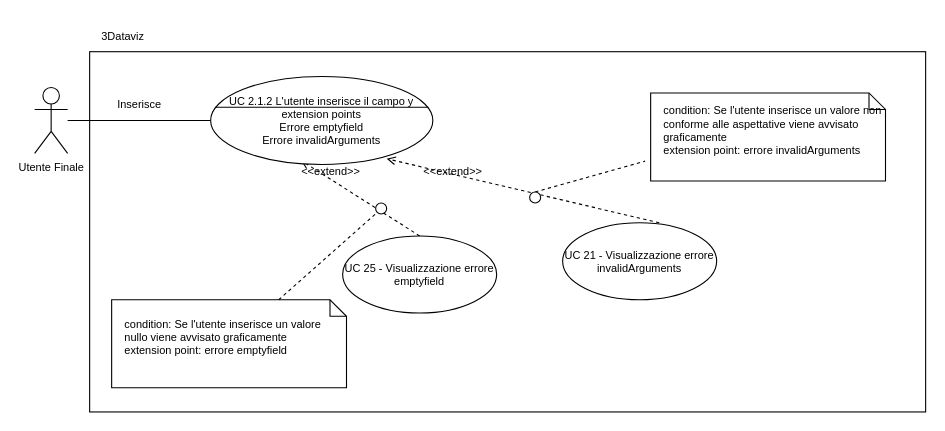
Earlier version of the draw.io diagram page "UC 2.1.2" (6 of 39) of img/adr/UC.drawio (Archi7echs-Team/archi7echs-team.github.io). Source tidied: cells renumbered, new cells numbered last; positions are measured from the earlier drawing's top-left corner, leaving out a move shared by most shapes. Both pictures are drawn from the tidied source at 110%, with x=0, y=0 at pixel (34, 18).
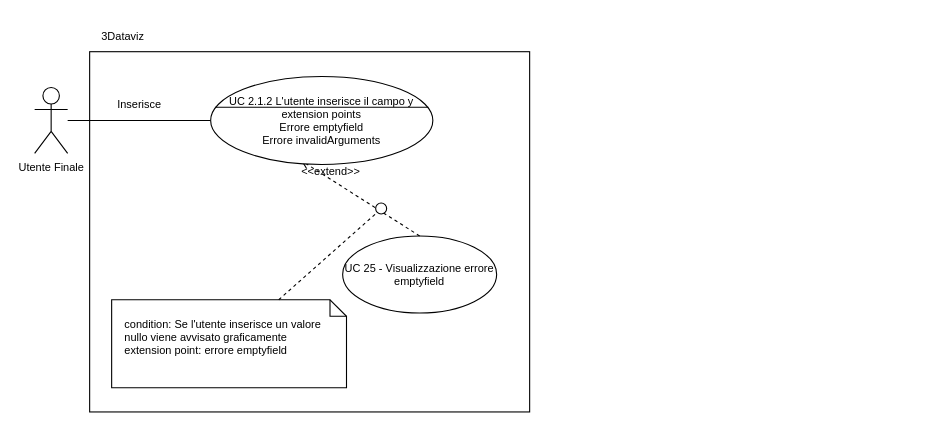
The same diagram, later.

The edit, as a diff of the source:
```diff
@@
     <mxCell id="2" style="rounded=0;whiteSpace=wrap;html=1;fontSize=10;" parent="1" vertex="1">
-      <mxGeometry x="50" y="30.5" width="760" height="327.5" as="geometry" />
+      <mxGeometry x="50" y="30.5" width="400" height="327.5" as="geometry" />
     </mxCell>
@@
-    <mxCell id="12" value="UC 21 - Visualizzazione errore invalidArguments" style="ellipse;whiteSpace=wrap;html=1;fontSize=10;" parent="1" vertex="1">
-      <mxGeometry x="480" y="186" width="140" height="70" as="geometry" />
-    </mxCell>
-    <mxCell id="13" value="&amp;lt;&amp;lt;extend&amp;gt;&amp;gt;" style="html=1;verticalAlign=bottom;labelBackgroundColor=none;endArrow=open;endFill=0;dashed=1;rounded=0;entryX=0.704;entryY=0.935;entryDx=0;entryDy=0;entryPerimeter=0;fontSize=10;exitX=0.5;exitY=0;exitDx=0;exitDy=0;" parent="1" edge="1">
-      <mxGeometry x="0.5" y="6" relative="1" as="geometry">
-        <mxPoint x="567.8" y="186" as="sourcePoint" />
-        <mxPoint x="320" y="127.8" as="targetPoint" />
-      </mxGeometry>
-    </mxCell>
-    <mxCell id="14" value="&lt;font&gt;condition: Se l'utente inserisce un valore non conforme alle aspettative viene avvisato graficamente&lt;/font&gt;&lt;div&gt;&lt;font&gt;extension point: errore&amp;nbsp;&lt;span style=&quot;text-align: center;&quot;&gt;invalidArguments&lt;/span&gt;&lt;br&gt;&lt;/font&gt;&lt;div&gt;&lt;br&gt;&lt;/div&gt;&lt;/div&gt;" style="shape=note;size=15;align=left;spacingLeft=10;html=1;whiteSpace=wrap;fontSize=10;" parent="1" vertex="1">
-      <mxGeometry x="560" y="68" width="213.5" height="80" as="geometry" />
-    </mxCell>
-    <mxCell id="15" style="endArrow=none;dashed=1;html=1;rounded=0;fontSize=10;exitX=0.5;exitY=0;exitDx=0;exitDy=0;" parent="1" edge="1" source="16">
-      <mxGeometry relative="1" as="geometry">
-        <mxPoint x="555" y="130" as="targetPoint" />
-      </mxGeometry>
-    </mxCell>
-    <mxCell id="16" style="ellipse;whiteSpace=wrap;html=1;fontSize=10;" parent="1" vertex="1">
-      <mxGeometry x="450" y="158" width="10" height="10" as="geometry" />
-    </mxCell>
```
